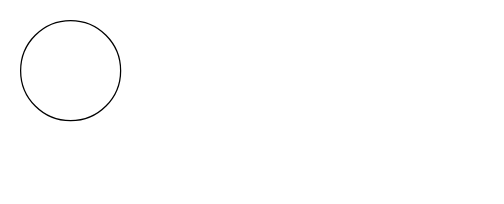
The draw.io diagram Untitled Diagram.drawio in labotsuchinoko/charts, before the edit. Source tidied: cells renumbered, new cells numbered last; positions are measured from the earlier drawing's top-left corner, leaving out a move shared by most shapes. Both pictures are drawn from the tidied source at 125%, with x=0, y=0 at pixel (20, 20).
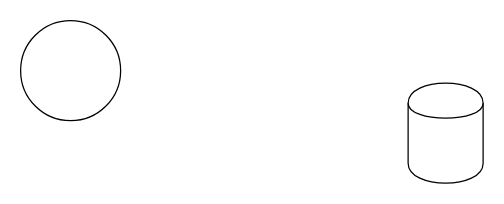
Above is the later version.

The edit, as a diff of the source:
```diff
@@
 <mxGraphModel>
   <root>
     <mxCell id="0" />
     <mxCell id="1" parent="0" />
     <mxCell id="2" style="ellipse;whiteSpace=wrap;html=1;" parent="1" vertex="1">
       <mxGeometry width="80" height="80" as="geometry" />
     </mxCell>
+    <mxCell id="3" style="shape=cylinder;whiteSpace=wrap;html=1;boundedLbl=1;backgroundOutline=1;" parent="1" vertex="1">
+      <mxGeometry x="310" y="50" width="60" height="80" as="geometry" />
+    </mxCell>
   </root>
 </mxGraphModel>
```
